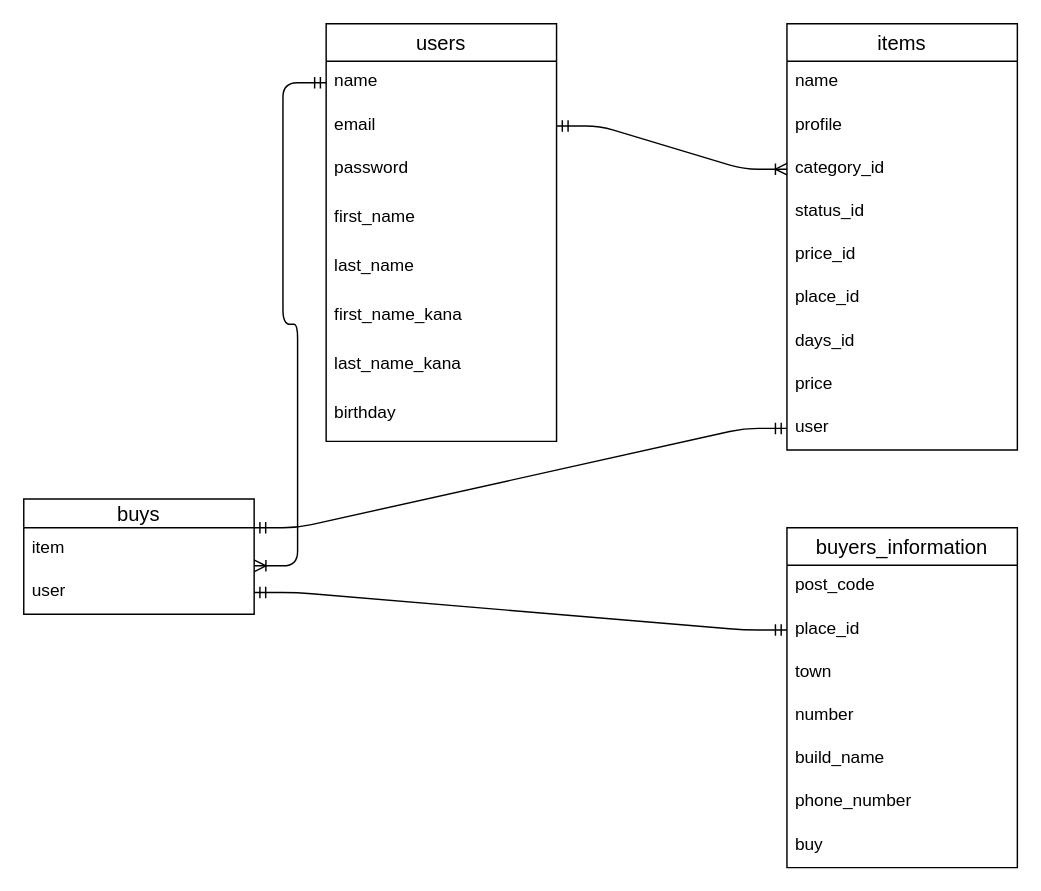
This is config/test.dio from ryo19861210/furima-37671, a draw.io file, before an edit. Source tidied: cells renumbered, new cells numbered last; positions are measured from the earlier drawing's top-left corner, leaving out a move shared by most shapes. Both pictures are drawn from the tidied source at 144%, with x=0, y=0 at pixel (23, 23).
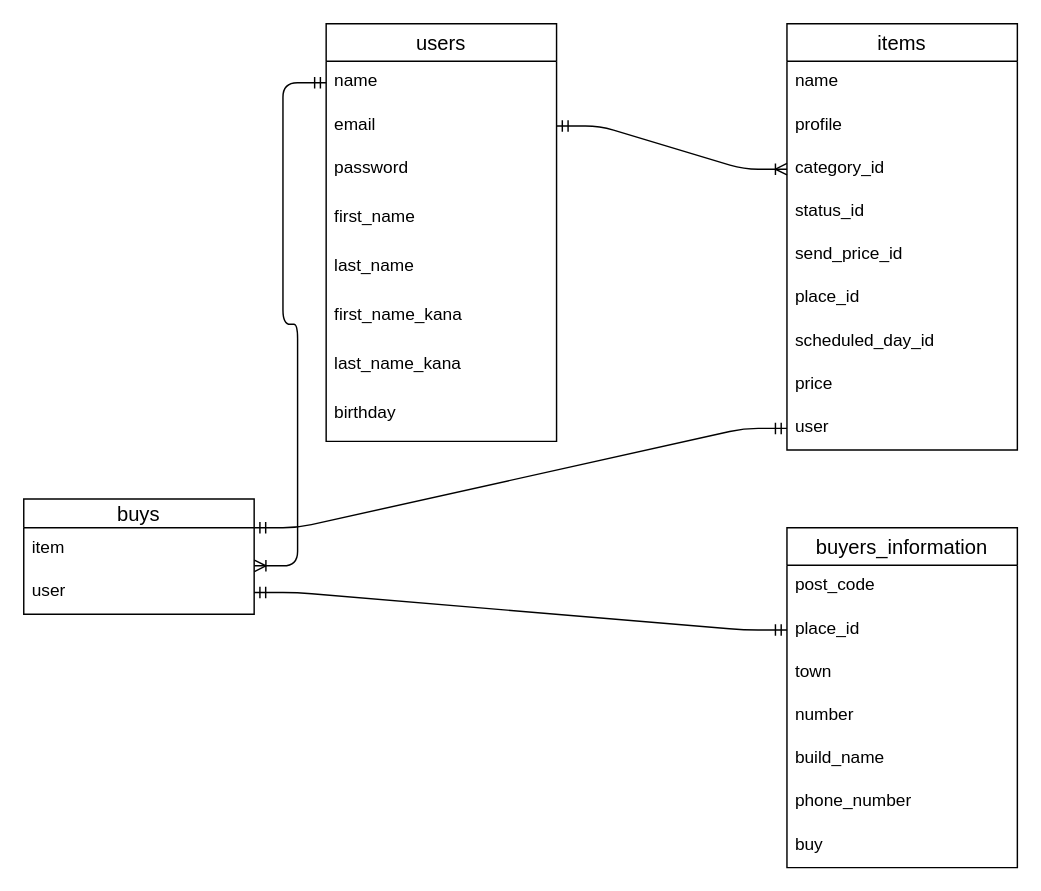
The same page after the edit.

Commit message (it also covers changes not shown here):
データベース設計７回目

Unchanged cells that the change refers to:
```xml
<mxCell id="11" value="items" style="swimlane;fontStyle=0;horizontal=1;startSize=26;align=center;fontSize=14;" parent="1" vertex="1">
  <mxGeometry x="530" width="160" height="296" as="geometry" />
</mxCell>
```

What changed in the source:
```diff
@@
-    <mxCell id="16" value="price_id" style="text;strokeColor=none;fillColor=none;spacingLeft=4;spacingRight=4;overflow=hidden;fontSize=12;" parent="11" vertex="1">
+    <mxCell id="16" value="send_price_id" style="text;strokeColor=none;fillColor=none;spacingLeft=4;spacingRight=4;overflow=hidden;fontSize=12;" parent="11" vertex="1">
       <mxGeometry y="146" width="160" height="30" as="geometry" />
     </mxCell>
@@
-    <mxCell id="18" value="days_id" style="text;strokeColor=none;fillColor=none;spacingLeft=4;spacingRight=4;overflow=hidden;fontSize=12;" parent="11" vertex="1">
+    <mxCell id="18" value="scheduled_day_id" style="text;strokeColor=none;fillColor=none;spacingLeft=4;spacingRight=4;overflow=hidden;fontSize=12;" parent="11" vertex="1">
       <mxGeometry y="206" width="160" height="30" as="geometry" />
     </mxCell>
```
